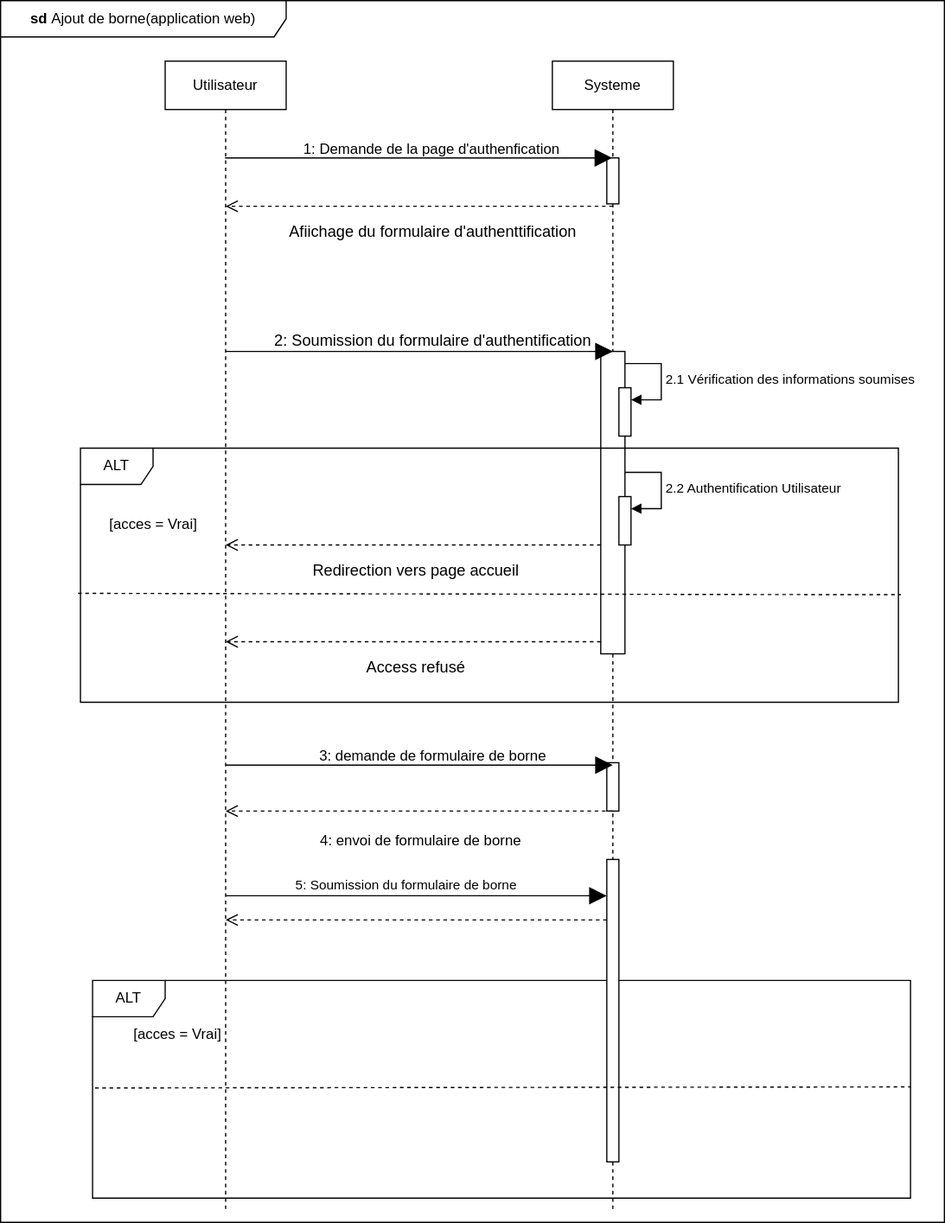
Earlier version of the draw.io export static/Diagramme de séquence ajout de borne dans flask .drawio.svg (Siluearsene/borne_biometrique). Source tidied: cells renumbered, new cells last; positions are measured from the earlier drawing's top-left corner, leaving out a move shared by most shapes.
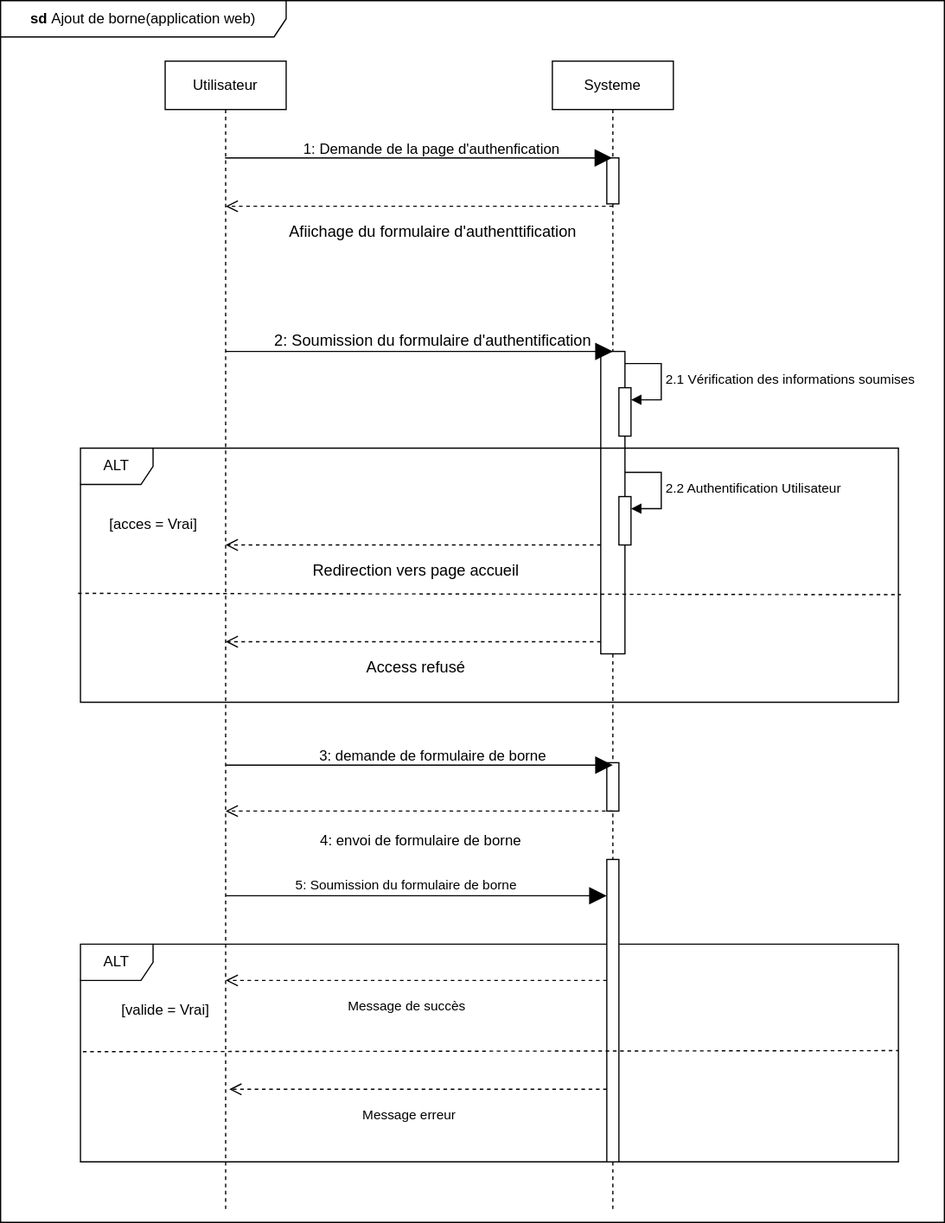
Later version of the same file.

Commit message:
Mettre à jour Diagramme de séquence ajout de borne dans flask .drawio.svg

Diff of the diagram source:
```diff
@@ -151,7 +151,7 @@
       <mxGeometry x="251.5" y="680" width="190" height="30" as="geometry" />
     </mxCell>
     <mxCell id="31" value="ALT" style="shape=umlFrame;whiteSpace=wrap;html=1;" parent="1" vertex="1">
-      <mxGeometry x="76" y="810" width="676" height="180" as="geometry" />
+      <mxGeometry x="66" y="780" width="676" height="180" as="geometry" />
     </mxCell>
     <mxCell id="32" style="html=1;points=[];perimeter=orthogonalPerimeter;outlineConnect=0;targetShapes=umlLifeline;portConstraint=eastwest;newEdgeStyle={&quot;edgeStyle&quot;:&quot;elbowEdgeStyle&quot;,&quot;elbow&quot;:&quot;vertical&quot;,&quot;curved&quot;:0,&quot;rounded&quot;:0};rounded=0;" parent="1" vertex="1">
       <mxGeometry x="501" y="710" width="10" height="250" as="geometry" />
@@ -159,17 +159,35 @@
     <mxCell id="33" style="endArrow=none;html=1;rounded=0;exitX=0.003;exitY=0.494;exitDx=0;exitDy=0;exitPerimeter=0;dashed=1;entryX=1;entryY=0.489;entryDx=0;entryDy=0;entryPerimeter=0;" parent="1" edge="1" source="31" target="31">
       <mxGeometry relative="1" as="geometry" />
     </mxCell>
-    <mxCell id="34" value="[acces = Vrai]" style="text;html=1;align=center;verticalAlign=middle;strokeColor=none;fillColor=none;" parent="1" vertex="1">
-      <mxGeometry x="96" y="840" width="100" height="30" as="geometry" />
+    <mxCell id="34" value="[valide = Vrai]" style="text;html=1;align=center;verticalAlign=middle;strokeColor=none;fillColor=none;" parent="1" vertex="1">
+      <mxGeometry x="86" y="820" width="100" height="30" as="geometry" />
     </mxCell>
     <mxCell id="35" style="html=1;verticalAlign=bottom;endArrow=open;dashed=1;endSize=8;edgeStyle=elbowEdgeStyle;elbow=vertical;curved=0;rounded=0;" parent="1" edge="1">
       <mxGeometry relative="1" as="geometry">
-        <mxPoint x="501" y="760" as="sourcePoint" />
-        <mxPoint x="186" y="760" as="targetPoint" />
+        <mxPoint x="501" y="810" as="sourcePoint" />
+        <mxPoint x="186" y="810" as="targetPoint" />
         <Array as="points">
-          <mxPoint x="342.5" y="760" />
+          <mxPoint x="342.5" y="810" />
         </Array>
       </mxGeometry>
     </mxCell>
+    <mxCell id="36" value="Message de succès&amp;nbsp;" style="edgeLabel;html=1;align=center;verticalAlign=middle;" parent="35" vertex="1">
+      <mxGeometry x="0.3" y="3" relative="1" as="geometry">
+        <mxPoint x="40" y="17" as="offset" />
+      </mxGeometry>
+    </mxCell>
+    <mxCell id="37" style="html=1;verticalAlign=bottom;endArrow=open;dashed=1;endSize=8;edgeStyle=elbowEdgeStyle;elbow=vertical;curved=0;rounded=0;" parent="1" edge="1" source="32">
+      <mxGeometry relative="1" as="geometry">
+        <mxPoint x="189" y="900" as="targetPoint" />
+        <Array as="points">
+          <mxPoint x="345.5" y="900" />
+        </Array>
+      </mxGeometry>
+    </mxCell>
+    <mxCell id="38" value="Message erreur&amp;nbsp;" style="edgeLabel;html=1;align=center;verticalAlign=middle;" parent="37" vertex="1">
+      <mxGeometry x="0.3" y="3" relative="1" as="geometry">
+        <mxPoint x="40" y="17" as="offset" />
+      </mxGeometry>
+    </mxCell>
   </root>
 </mxGraphModel>
```
